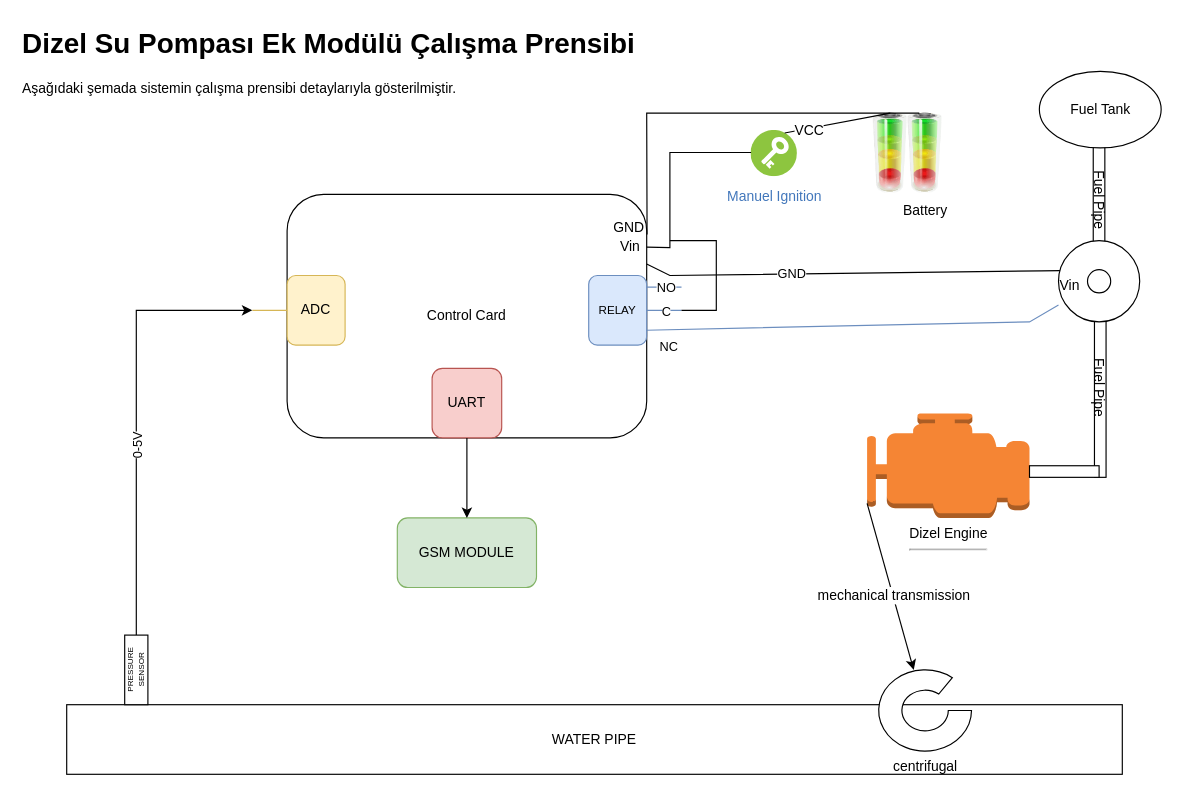
Above: page "System" (2 of 7) of documents/diagrams/Staj-2024.drawio in hidroel/staj-2024 (draw.io), before the change. Source tidied: cells renumbered, new cells numbered last; positions are measured from the earlier drawing's top-left corner, leaving out a move shared by most shapes. Both pictures are drawn from the tidied source at 116%, with x=0, y=0 at pixel (20, 20).
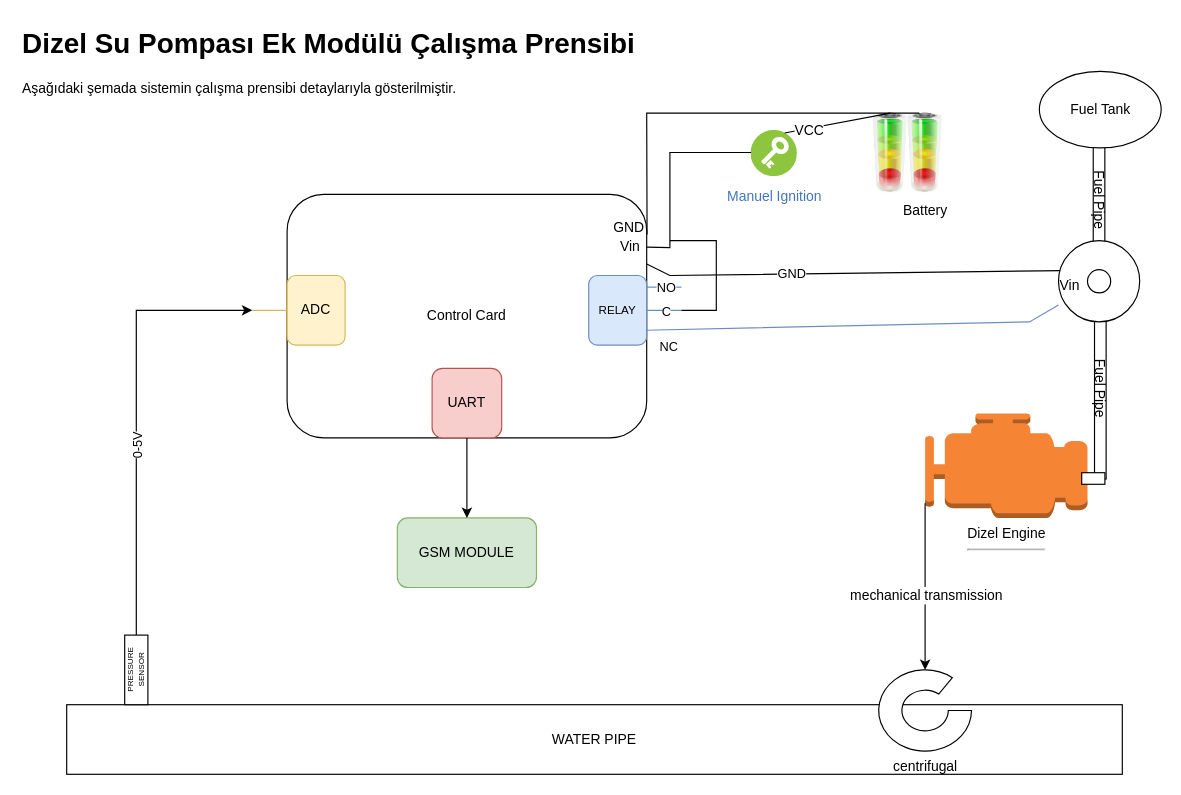
Above is the later version.

Change to the diagram source:
```diff
@@
     <mxCell id="17" value="Dizel Engine&lt;hr&gt;" style="outlineConnect=0;dashed=0;verticalLabelPosition=bottom;verticalAlign=top;align=center;html=1;shape=mxgraph.aws3.emr_engine;fillColor=#F58534;gradientColor=none;" parent="1" vertex="1">
-      <mxGeometry x="730" y="339" width="140" height="90" as="geometry" />
+      <mxGeometry x="780" y="339" width="140" height="90" as="geometry" />
     </mxCell>
     <mxCell id="18" value="Fuel Pipe" style="rounded=0;whiteSpace=wrap;html=1;rotation=90;horizontal=1;" parent="1" vertex="1">
-      <mxGeometry x="853.5" y="311.5" width="155" height="10" as="geometry" />
+      <mxGeometry x="852.8" y="312.2" width="156.5" height="10" as="geometry" />
     </mxCell>
-    <mxCell id="19" style="rounded=0;whiteSpace=wrap;html=1;rotation=-180;" parent="1" vertex="1">
-      <mxGeometry x="870" y="384" width="60" height="10" as="geometry" />
-    </mxCell>
@@
+    <mxCell id="44" style="rounded=0;whiteSpace=wrap;html=1;rotation=0;horizontal=1;" parent="1" vertex="1">
+      <mxGeometry x="915" y="390" width="20" height="10" as="geometry" />
+    </mxCell>
```
